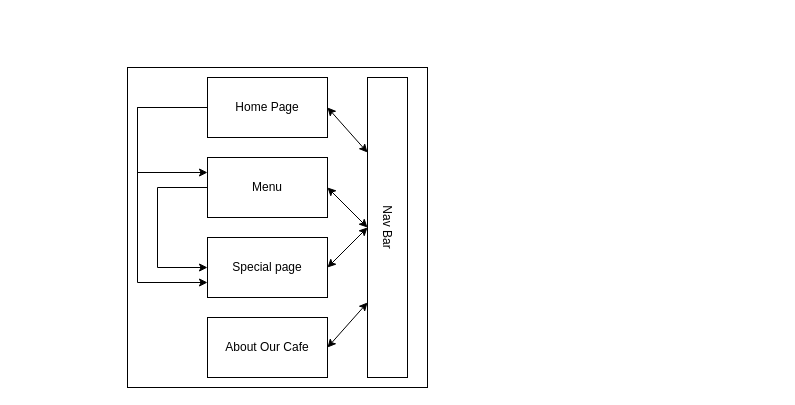
Above: page "flowCart" (1 of 5) of CP1406/assesment_01/other/flowChart.drawio in BraydanNewman/JCU_Uni (draw.io), before the change. Source tidied: cells renumbered, new cells numbered last; positions are measured from the earlier drawing's top-left corner, leaving out a move shared by most shapes. Both pictures are drawn from the tidied source at 100%, with x=0, y=0 at pixel (127, 67).
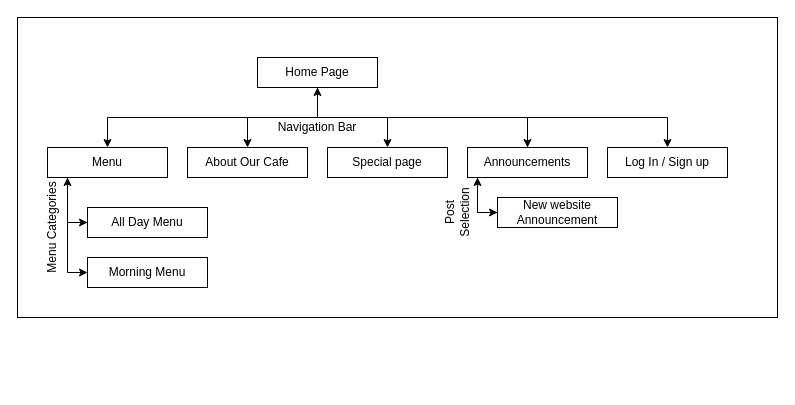
Above is the later version.

Diff of the diagram source:
```diff
@@
-    <mxCell id="2" style="rounded=0;whiteSpace=wrap;html=1;" parent="1" vertex="1">
-      <mxGeometry width="300" height="320" as="geometry" />
-    </mxCell>
+    <mxCell id="16" style="rounded=0;whiteSpace=wrap;html=1;" parent="1" vertex="1">
+      <mxGeometry x="-110" y="-50" width="760" height="300" as="geometry" />
+    </mxCell>
+    <mxCell id="4" style="edgeStyle=orthogonalEdgeStyle;rounded=0;jettySize=auto;html=1;" parent="1" edge="1" source="5" target="8">
+      <mxGeometry relative="1" as="geometry">
+        <Array as="points">
+          <mxPoint x="190" y="50" />
+          <mxPoint x="-20" y="50" />
+        </Array>
+      </mxGeometry>
+    </mxCell>
+    <mxCell id="17" style="edgeStyle=orthogonalEdgeStyle;rounded=0;jettySize=auto;html=1;" parent="1" edge="1" source="5" target="9">
+      <mxGeometry relative="1" as="geometry" />
+    </mxCell>
-    <mxCell id="3" style="edgeStyle=orthogonalEdgeStyle;rounded=0;jettySize=auto;html=1;entryX=0;entryY=0.75;entryDx=0;entryDy=0;" parent="1" edge="1" source="5" target="6">
-      <mxGeometry relative="1" as="geometry">
-        <Array as="points">
-          <mxPoint x="10" y="40" />
-          <mxPoint x="10" y="215" />
-        </Array>
-      </mxGeometry>
+    <mxCell id="3" style="edgeStyle=orthogonalEdgeStyle;rounded=0;jettySize=auto;html=1;" parent="1" edge="1" source="5" target="6">
+      <mxGeometry relative="1" as="geometry" />
     </mxCell>
-    <mxCell id="4" style="edgeStyle=orthogonalEdgeStyle;rounded=0;jettySize=auto;html=1;entryX=0;entryY=0.25;entryDx=0;entryDy=0;" parent="1" edge="1" source="5" target="8">
-      <mxGeometry relative="1" as="geometry">
-        <Array as="points">
-          <mxPoint x="10" y="40" />
-          <mxPoint x="10" y="105" />
-        </Array>
-      </mxGeometry>
-    </mxCell>
+    <mxCell id="18" style="edgeStyle=orthogonalEdgeStyle;rounded=0;jettySize=auto;html=1;" parent="1" edge="1" source="5" target="24">
+      <mxGeometry relative="1" as="geometry">
+        <Array as="points">
+          <mxPoint x="190" y="50" />
+          <mxPoint x="400" y="50" />
+        </Array>
+      </mxGeometry>
+    </mxCell>
+    <mxCell id="19" style="edgeStyle=orthogonalEdgeStyle;rounded=0;jettySize=auto;html=1;entryX=0.5;entryY=0;entryDx=0;entryDy=0;" parent="1" edge="1" source="5" target="33">
+      <mxGeometry relative="1" as="geometry">
+        <Array as="points">
+          <mxPoint x="190" y="50" />
+          <mxPoint x="540" y="50" />
+        </Array>
+      </mxGeometry>
+    </mxCell>
     <mxCell id="5" value="Home Page" style="rounded=0;whiteSpace=wrap;html=1;" parent="1" vertex="1">
-      <mxGeometry x="80" y="10" width="120" height="60" as="geometry" />
+      <mxGeometry x="130" y="-10" width="120" height="30" as="geometry" />
     </mxCell>
     <mxCell id="6" value="Special page" style="rounded=0;whiteSpace=wrap;html=1;" parent="1" vertex="1">
-      <mxGeometry x="80" y="170" width="120" height="60" as="geometry" />
+      <mxGeometry x="200" y="80" width="120" height="30" as="geometry" />
     </mxCell>
-    <mxCell id="7" style="edgeStyle=orthogonalEdgeStyle;rounded=0;jettySize=auto;html=1;entryX=0;entryY=0.5;entryDx=0;entryDy=0;" parent="1" edge="1" source="8" target="6">
-      <mxGeometry relative="1" as="geometry">
-        <Array as="points">
-          <mxPoint x="30" y="120" />
-          <mxPoint x="30" y="200" />
-        </Array>
-      </mxGeometry>
-    </mxCell>
+    <mxCell id="20" style="edgeStyle=orthogonalEdgeStyle;rounded=0;jettySize=auto;html=1;entryX=0;entryY=0.5;entryDx=0;entryDy=0;" parent="1" edge="1" source="8" target="26">
+      <mxGeometry relative="1" as="geometry">
+        <Array as="points">
+          <mxPoint x="-60" y="155" />
+        </Array>
+      </mxGeometry>
+    </mxCell>
+    <mxCell id="21" style="edgeStyle=orthogonalEdgeStyle;rounded=0;jettySize=auto;html=1;entryX=0;entryY=0.5;entryDx=0;entryDy=0;" parent="1" edge="1" source="8" target="27">
+      <mxGeometry relative="1" as="geometry">
+        <Array as="points">
+          <mxPoint x="-60" y="205" />
+        </Array>
+      </mxGeometry>
+    </mxCell>
     <mxCell id="8" value="Menu" style="rounded=0;whiteSpace=wrap;html=1;" parent="1" vertex="1">
-      <mxGeometry x="80" y="90" width="120" height="60" as="geometry" />
+      <mxGeometry x="-80" y="80" width="120" height="30" as="geometry" />
     </mxCell>
     <mxCell id="9" value="About Our Cafe" style="rounded=0;whiteSpace=wrap;html=1;" parent="1" vertex="1">
-      <mxGeometry x="80" y="250" width="120" height="60" as="geometry" />
+      <mxGeometry x="60" y="80" width="120" height="30" as="geometry" />
     </mxCell>
-    <mxCell id="10" style="rounded=0;whiteSpace=wrap;html=1;" parent="1" vertex="1">
-      <mxGeometry x="240" y="10" width="40" height="300" as="geometry" />
-    </mxCell>
-    <mxCell id="11" value="Nav Bar" style="text;html=1;strokeColor=none;fillColor=none;align=center;verticalAlign=middle;whiteSpace=wrap;rounded=0;rotation=90;" parent="1" vertex="1">
-      <mxGeometry x="215" y="150" width="90" height="20" as="geometry" />
-    </mxCell>
-    <mxCell id="12" style="endArrow=classic;startArrow=classic;html=1;exitX=1;exitY=0.5;exitDx=0;exitDy=0;entryX=0;entryY=0.75;entryDx=0;entryDy=0;" parent="1" edge="1" source="9" target="10">
-      <mxGeometry relative="1" as="geometry" />
-    </mxCell>
-    <mxCell id="13" style="endArrow=classic;startArrow=classic;html=1;entryX=1;entryY=0.5;entryDx=0;entryDy=0;exitX=0;exitY=0.5;exitDx=0;exitDy=0;" parent="1" edge="1" source="10" target="6">
-      <mxGeometry relative="1" as="geometry" />
-    </mxCell>
-    <mxCell id="14" style="endArrow=classic;startArrow=classic;html=1;exitX=1;exitY=0.5;exitDx=0;exitDy=0;entryX=0;entryY=0.25;entryDx=0;entryDy=0;" parent="1" edge="1" source="5" target="10">
-      <mxGeometry relative="1" as="geometry" />
-    </mxCell>
-    <mxCell id="15" style="endArrow=classic;startArrow=classic;html=1;exitX=1;exitY=0.5;exitDx=0;exitDy=0;entryX=0;entryY=0.5;entryDx=0;entryDy=0;" parent="1" edge="1" source="8" target="10">
-      <mxGeometry relative="1" as="geometry" />
-    </mxCell>
+    <mxCell id="22" style="edgeStyle=orthogonalEdgeStyle;rounded=0;jettySize=auto;html=1;" parent="1" edge="1" source="24" target="5">
+      <mxGeometry relative="1" as="geometry">
+        <Array as="points">
+          <mxPoint x="400" y="50" />
+          <mxPoint x="190" y="50" />
+        </Array>
+      </mxGeometry>
+    </mxCell>
+    <mxCell id="23" style="edgeStyle=orthogonalEdgeStyle;rounded=0;jettySize=auto;html=1;entryX=0;entryY=0.5;entryDx=0;entryDy=0;" parent="1" edge="1" source="24" target="29">
+      <mxGeometry relative="1" as="geometry">
+        <Array as="points">
+          <mxPoint x="350" y="145" />
+        </Array>
+      </mxGeometry>
+    </mxCell>
+    <mxCell id="24" value="Announcements" style="rounded=0;whiteSpace=wrap;html=1;" parent="1" vertex="1">
+      <mxGeometry x="340" y="80" width="120" height="30" as="geometry" />
+    </mxCell>
+    <mxCell id="25" style="edgeStyle=orthogonalEdgeStyle;rounded=0;jettySize=auto;html=1;" parent="1" edge="1" source="26">
+      <mxGeometry relative="1" as="geometry">
+        <mxPoint x="-60" y="110" as="targetPoint" />
+      </mxGeometry>
+    </mxCell>
+    <mxCell id="26" value="All Day Menu" style="rounded=0;whiteSpace=wrap;html=1;" parent="1" vertex="1">
+      <mxGeometry x="-40" y="140" width="120" height="30" as="geometry" />
+    </mxCell>
+    <mxCell id="27" value="Morning Menu" style="rounded=0;whiteSpace=wrap;html=1;" parent="1" vertex="1">
+      <mxGeometry x="-40" y="190" width="120" height="30" as="geometry" />
+    </mxCell>
+    <mxCell id="28" style="edgeStyle=orthogonalEdgeStyle;rounded=0;jettySize=auto;html=1;" parent="1" edge="1" source="29">
+      <mxGeometry relative="1" as="geometry">
+        <mxPoint x="350" y="110" as="targetPoint" />
+      </mxGeometry>
+    </mxCell>
+    <mxCell id="29" value="New website Announcement" style="rounded=0;whiteSpace=wrap;html=1;" parent="1" vertex="1">
+      <mxGeometry x="370" y="130" width="120" height="30" as="geometry" />
+    </mxCell>
+    <mxCell id="30" value="Navigation Bar" style="text;html=1;strokeColor=none;fillColor=none;align=center;verticalAlign=middle;whiteSpace=wrap;rounded=0;" parent="1" vertex="1">
+      <mxGeometry x="135" y="50" width="110" height="20" as="geometry" />
+    </mxCell>
+    <mxCell id="31" value="Menu Categories" style="text;html=1;strokeColor=none;fillColor=none;align=center;verticalAlign=middle;whiteSpace=wrap;rounded=0;rotation=-90;" parent="1" vertex="1">
+      <mxGeometry x="-130" y="150" width="110" height="20" as="geometry" />
+    </mxCell>
+    <mxCell id="32" value="Post Selection" style="text;html=1;strokeColor=none;fillColor=none;align=center;verticalAlign=middle;whiteSpace=wrap;rounded=0;rotation=-90;" parent="1" vertex="1">
+      <mxGeometry x="300" y="125" width="60" height="40" as="geometry" />
+    </mxCell>
+    <mxCell id="33" value="Log In / Sign up" style="rounded=0;whiteSpace=wrap;html=1;" parent="1" vertex="1">
+      <mxGeometry x="480" y="80" width="120" height="30" as="geometry" />
+    </mxCell>
```
